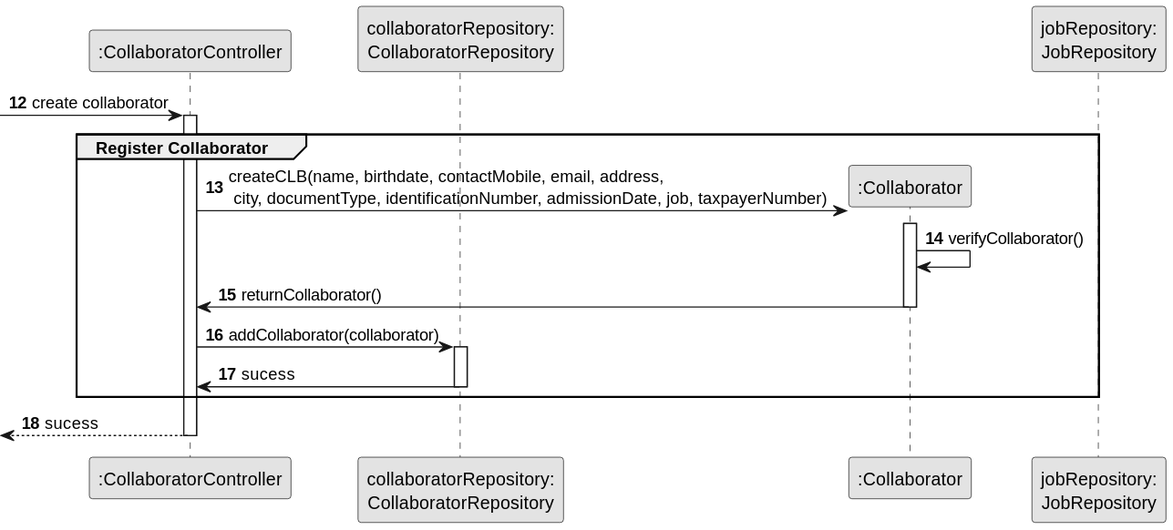
RicardoMorim/lapr2-ISEP-Project keeps this PlantUML diagram as docs/sprintB/us003/03.design/svg/us003-sequence-diagram-partial-register-collab.svg. Above is the earlier version.
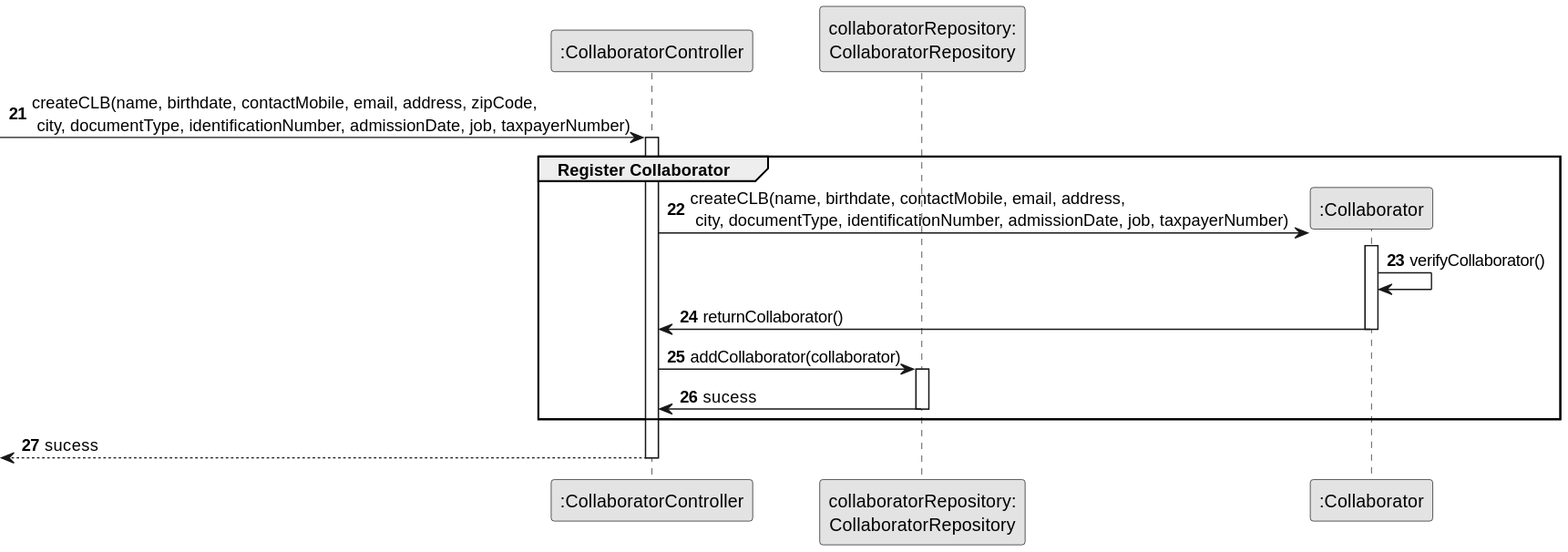
After the change.

Diff of the diagram source:
```diff
@@ -6,11 +6,11 @@
 participant ":CollaboratorController" as CTRL
 participant "collaboratorRepository:\nCollaboratorRepository" as CLBREP
 participant ":Collaborator" as CLB
-participant "jobRepository:\nJobRepository" as jobRepository
 
-autonumber 12
--> CTRL : create collaborator
-autonumber 13
+autonumber 21
+-> CTRL : createCLB(name, birthdate, contactMobile, email, address, zipCode,\n city, documentType, identificationNumber, admissionDate, job, taxpayerNumber)
+
+autonumber 22
 
 activate CTRL
     group Register Collaborator
@@ -31,7 +31,7 @@
 
     end group
 
-    autonumber 18
+    autonumber 27
     <-- CTRL : sucess
 
 deactivate CTRL
```
